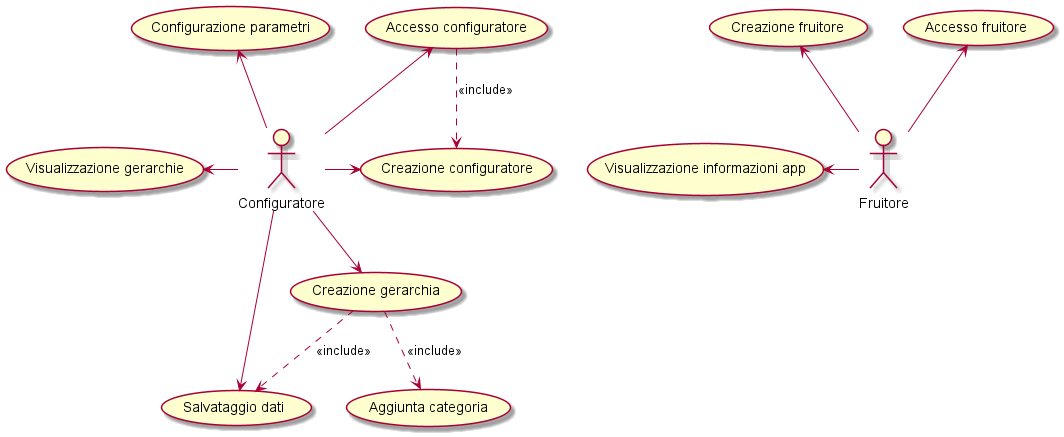
Before: images/imagesV2/Use case diagram-Version2.0.png, a diagram exported from PlantUML (eletoo/inge_del_software).
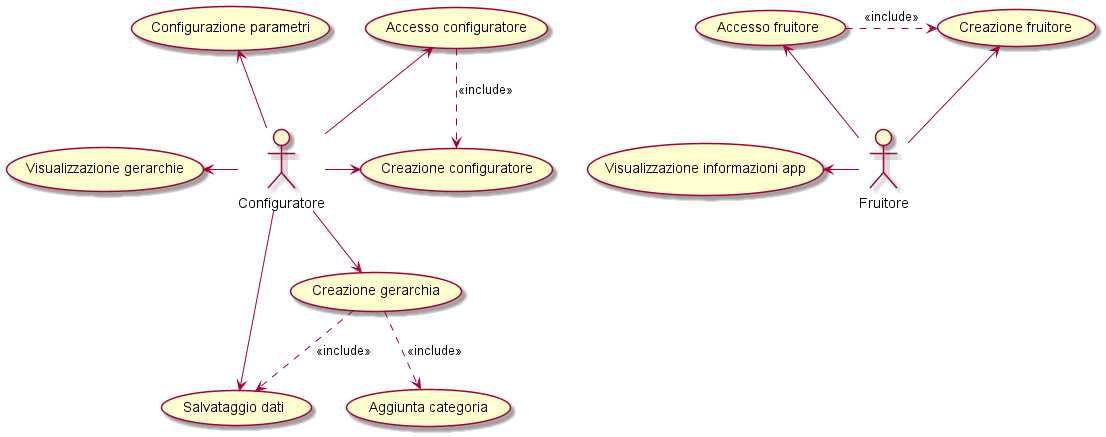
The same diagram one commit later.

What changed in the source:
```diff
@@ -8,6 +8,7 @@
 Admin -left-> (UseF3)
 Admin -up-> (UseF1)
 Admin -up-> (UseF2)
+(UseF1) .right.> (UseF2): <<include>>
 
 (Accesso configuratore) as (Use1)
 (Creazione configuratore) as (Use2)
```
